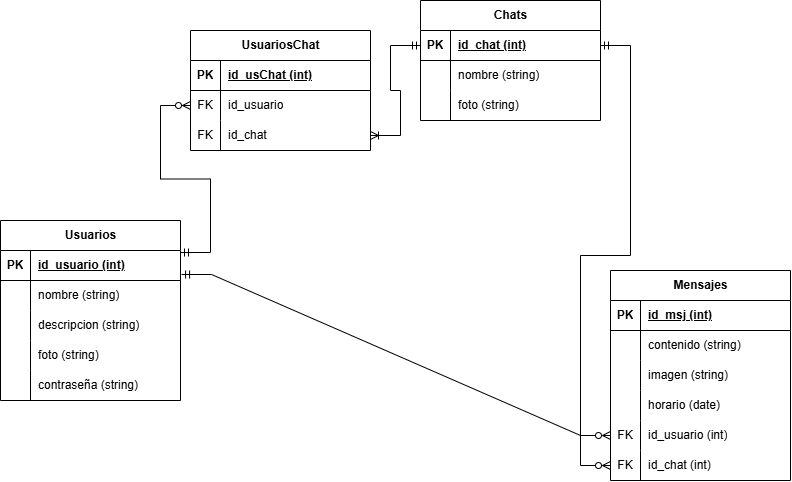
Earlier version of the draw.io export docs/DER_TPIN2.png (PioIX/2026_TPIN2_G11). Source tidied: cells renumbered, new cells last; positions are measured from the earlier drawing's top-left corner, leaving out a move shared by most shapes.
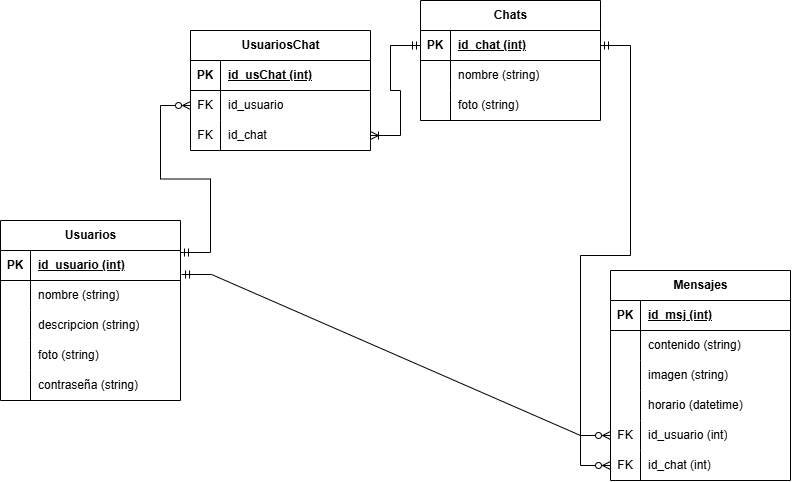
The same diagram one commit later.

Commit message:
OTRO cambio de DER

Diff of the diagram source:
```diff
@@ -116,7 +116,7 @@
     <mxCell id="39" style="shape=partialRectangle;fillColor=none;top=0;left=0;bottom=0;right=0;overflow=hidden;whiteSpace=wrap;html=1;" parent="38" vertex="1">
       <mxGeometry width="30" height="30" as="geometry" />
     </mxCell>
-    <mxCell id="40" value="horario (date)" style="shape=partialRectangle;fillColor=none;top=0;left=0;bottom=0;right=0;align=left;spacingLeft=6;overflow=hidden;whiteSpace=wrap;html=1;" parent="38" vertex="1">
+    <mxCell id="40" value="horario (datetime)" style="shape=partialRectangle;fillColor=none;top=0;left=0;bottom=0;right=0;align=left;spacingLeft=6;overflow=hidden;whiteSpace=wrap;html=1;" parent="38" vertex="1">
       <mxGeometry x="30" width="150" height="30" as="geometry" />
     </mxCell>
     <mxCell id="41" style="shape=tableRow;horizontal=0;startSize=0;swimlaneHead=0;swimlaneBody=0;fillColor=none;points=[[0,0.5],[1,0.5]];portConstraint=eastwest;top=0;left=0;right=0;bottom=0;" parent="28" vertex="1">
```
